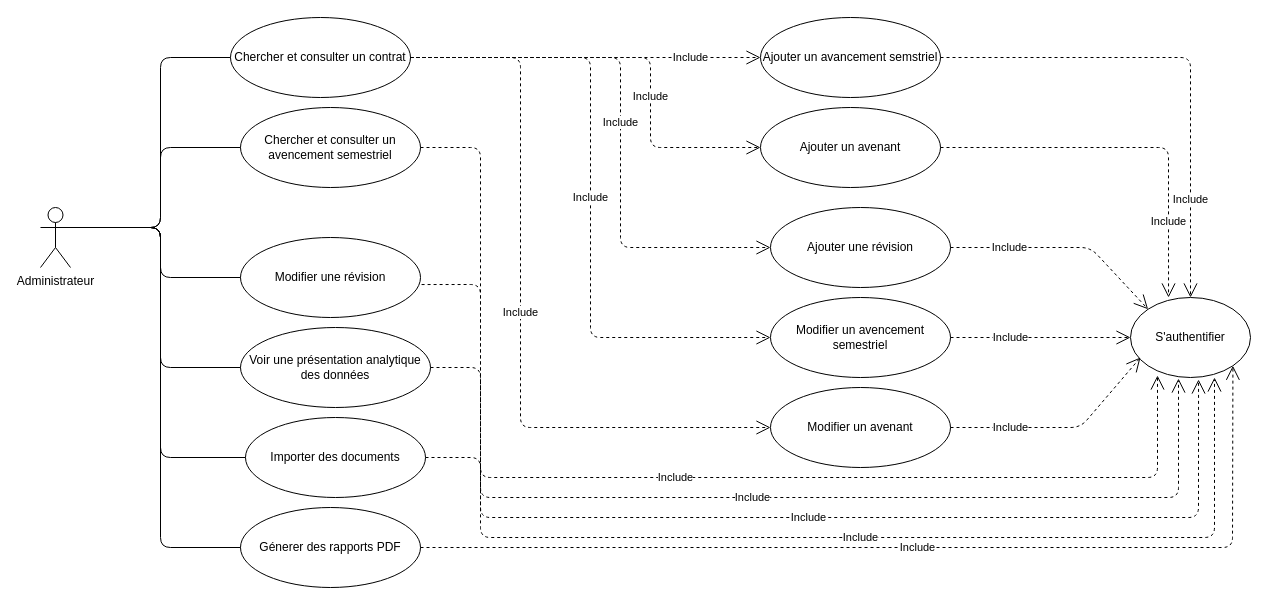
abdorah/stage2021 keeps this draw.io diagram as page "UseCasesGestion/Suivi" (7 of 7) of diagramms/Diagram.drawio. Above is the earlier version. Source tidied: cells renumbered, new cells numbered last; positions are measured from the earlier drawing's top-left corner, leaving out a move shared by most shapes. Both pictures are drawn from the tidied source at 100%, with x=0, y=0 at pixel (40, 17).
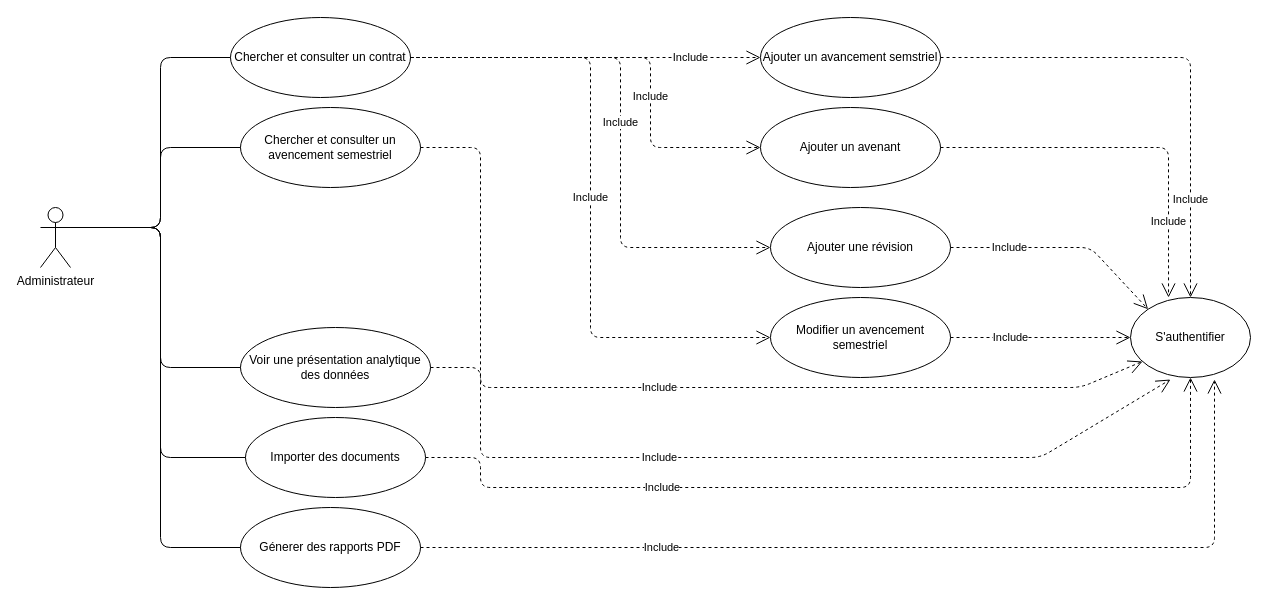
The same diagram, later.

Commit message (it also covers changes not shown here):
Ajout des diagrammes des cas d'utilisation

Unchanged cells that the change refers to:
```xml
<mxCell id="2" value="Administrateur" style="shape=umlActor;verticalLabelPosition=bottom;verticalAlign=top;html=1;outlineConnect=0;" parent="1" vertex="1">
  <mxGeometry y="190" width="30" height="60" as="geometry" />
</mxCell>
<mxCell id="4" value="Chercher et consulter un contrat" style="ellipse;whiteSpace=wrap;html=1;" parent="1" vertex="1">
  <mxGeometry x="190" width="180" height="80" as="geometry" />
</mxCell>
<mxCell id="5" value="Chercher et consulter un avencement semestriel" style="ellipse;whiteSpace=wrap;html=1;" parent="1" vertex="1">
  <mxGeometry x="200" y="90" width="180" height="80" as="geometry" />
</mxCell>
<mxCell id="6" value="Voir une présentation analytique des données" style="ellipse;whiteSpace=wrap;html=1;" parent="1" vertex="1">
  <mxGeometry x="200" y="310" width="190" height="80" as="geometry" />
</mxCell>
<mxCell id="7" value="Génerer des rapports PDF" style="ellipse;whiteSpace=wrap;html=1;" parent="1" vertex="1">
  <mxGeometry x="200" y="490" width="180" height="80" as="geometry" />
</mxCell>
<mxCell id="8" value="S'authentifier" style="ellipse;whiteSpace=wrap;html=1;" parent="1" vertex="1">
  <mxGeometry x="1090" y="280" width="120" height="80" as="geometry" />
</mxCell>
<mxCell id="13" value="Importer des documents" style="ellipse;whiteSpace=wrap;html=1;" parent="1" vertex="1">
  <mxGeometry x="205" y="400" width="180" height="80" as="geometry" />
</mxCell>
```

The edit, as a diff of the source:
```diff
@@
-    <mxCell id="9" value="Modifier un avenant" style="ellipse;whiteSpace=wrap;html=1;" parent="1" vertex="1">
-      <mxGeometry x="730" y="370" width="180" height="80" as="geometry" />
-    </mxCell>
@@
-    <mxCell id="11" value="Modifier une révision" style="ellipse;whiteSpace=wrap;html=1;" parent="1" vertex="1">
-      <mxGeometry x="200" y="220" width="180" height="80" as="geometry" />
-    </mxCell>
@@
-    <mxCell id="16" style="endArrow=none;html=1;entryX=0;entryY=0.5;entryDx=0;entryDy=0;exitX=1;exitY=0.3333333333333333;exitDx=0;exitDy=0;exitPerimeter=0;" parent="1" edge="1" source="2" target="11">
-      <mxGeometry relative="1" as="geometry">
-        <Array as="points">
-          <mxPoint x="120" y="210" />
-          <mxPoint x="120" y="260" />
-        </Array>
-      </mxGeometry>
-    </mxCell>
@@
-    <mxCell id="22" value="Include" style="endArrow=open;endSize=12;dashed=1;html=1;exitX=1;exitY=0.5;exitDx=0;exitDy=0;entryX=0;entryY=0.5;entryDx=0;entryDy=0;" parent="1" edge="1" source="4" target="9">
-      <mxGeometry relative="1" as="geometry">
-        <Array as="points">
-          <mxPoint x="480" y="40" />
-          <mxPoint x="480" y="410" />
-        </Array>
-      </mxGeometry>
-    </mxCell>
@@
-    <mxCell id="30" value="Include" style="endArrow=open;endSize=12;dashed=1;html=1;exitX=1;exitY=0.5;exitDx=0;exitDy=0;entryX=0.083;entryY=0.75;entryDx=0;entryDy=0;entryPerimeter=0;" parent="1" edge="1" source="9" target="8">
-      <mxGeometry x="-0.46" relative="1" as="geometry">
-        <Array as="points">
-          <mxPoint x="1040" y="410" />
-        </Array>
-      </mxGeometry>
-    </mxCell>
-    <mxCell id="31" value="Include" style="endArrow=open;endSize=12;dashed=1;html=1;exitX=1;exitY=0.5;exitDx=0;exitDy=0;entryX=0.225;entryY=0.975;entryDx=0;entryDy=0;entryPerimeter=0;" parent="1" edge="1" source="5" target="8">
-      <mxGeometry relative="1" as="geometry">
+    <mxCell id="31" value="Include" style="endArrow=open;endSize=12;dashed=1;html=1;exitX=1;exitY=0.5;exitDx=0;exitDy=0;entryX=0.1;entryY=0.8;entryDx=0;entryDy=0;entryPerimeter=0;" parent="1" edge="1" source="5" target="8">
+      <mxGeometry x="-0.01" relative="1" as="geometry">
         <Array as="points">
           <mxPoint x="440" y="130" />
-          <mxPoint x="440" y="460" />
-          <mxPoint x="1117" y="460" />
+          <mxPoint x="440" y="370" />
+          <mxPoint x="1040" y="370" />
         </Array>
       </mxGeometry>
     </mxCell>
-    <mxCell id="32" value="Include" style="endArrow=open;endSize=12;dashed=1;html=1;exitX=1.006;exitY=0.588;exitDx=0;exitDy=0;entryX=0.4;entryY=1.013;entryDx=0;entryDy=0;entryPerimeter=0;exitPerimeter=0;" parent="1" edge="1" source="11" target="8">
-      <mxGeometry relative="1" as="geometry">
-        <Array as="points">
-          <mxPoint x="440" y="267" />
-          <mxPoint x="440" y="480" />
-          <mxPoint x="1138" y="480" />
-        </Array>
-      </mxGeometry>
-    </mxCell>
-    <mxCell id="33" value="Include" style="endArrow=open;endSize=12;dashed=1;html=1;exitX=1;exitY=0.5;exitDx=0;exitDy=0;entryX=0.567;entryY=1.025;entryDx=0;entryDy=0;entryPerimeter=0;" parent="1" edge="1" source="6" target="8">
-      <mxGeometry relative="1" as="geometry">
+    <mxCell id="33" value="Include" style="endArrow=open;endSize=12;dashed=1;html=1;exitX=1;exitY=0.5;exitDx=0;exitDy=0;" parent="1" edge="1" source="6">
+      <mxGeometry x="-0.25" relative="1" as="geometry">
+        <mxPoint x="1130" y="362" as="targetPoint" />
         <Array as="points">
           <mxPoint x="440" y="350" />
-          <mxPoint x="440" y="500" />
-          <mxPoint x="1158" y="500" />
+          <mxPoint x="440" y="440" />
+          <mxPoint x="1000" y="440" />
         </Array>
       </mxGeometry>
     </mxCell>
-    <mxCell id="34" value="Include" style="endArrow=open;endSize=12;dashed=1;html=1;exitX=1;exitY=0.5;exitDx=0;exitDy=0;entryX=0.7;entryY=1;entryDx=0;entryDy=0;entryPerimeter=0;" parent="1" edge="1" source="13" target="8">
-      <mxGeometry relative="1" as="geometry">
+    <mxCell id="34" value="Include" style="endArrow=open;endSize=12;dashed=1;html=1;exitX=1;exitY=0.5;exitDx=0;exitDy=0;entryX=0.5;entryY=1;entryDx=0;entryDy=0;" parent="1" edge="1" source="13" target="8">
+      <mxGeometry x="-0.41" relative="1" as="geometry">
         <Array as="points">
           <mxPoint x="440" y="440" />
-          <mxPoint x="440" y="520" />
-          <mxPoint x="1174" y="520" />
+          <mxPoint x="440" y="470" />
+          <mxPoint x="1150" y="470" />
         </Array>
       </mxGeometry>
     </mxCell>
-    <mxCell id="35" value="Include" style="endArrow=open;endSize=12;dashed=1;html=1;exitX=1;exitY=0.5;exitDx=0;exitDy=0;entryX=1;entryY=1;entryDx=0;entryDy=0;" parent="1" edge="1" source="7" target="8">
-      <mxGeometry relative="1" as="geometry">
+    <mxCell id="35" value="Include" style="endArrow=open;endSize=12;dashed=1;html=1;exitX=1;exitY=0.5;exitDx=0;exitDy=0;entryX=0.7;entryY=1.025;entryDx=0;entryDy=0;entryPerimeter=0;" parent="1" edge="1" source="7" target="8">
+      <mxGeometry x="-0.5" relative="1" as="geometry">
         <Array as="points">
           <mxPoint x="450" y="530" />
-          <mxPoint x="1192" y="530" />
+          <mxPoint x="1174" y="530" />
         </Array>
       </mxGeometry>
     </mxCell>
```
